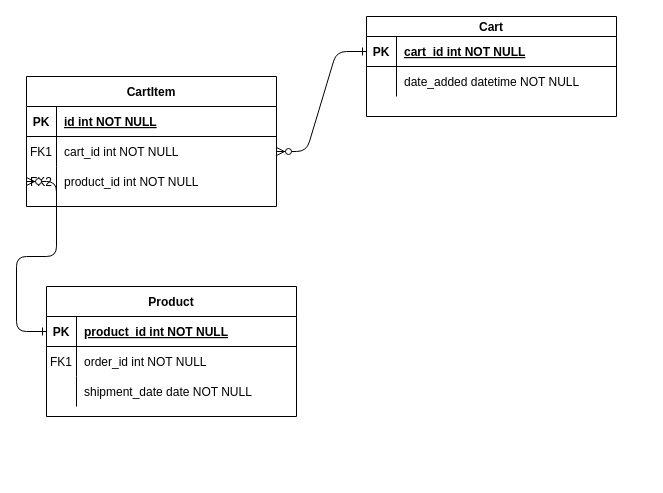
Before: Untitled Diagram.drawio in anhln/greatcart-django, a draw.io diagram. Source tidied: cells renumbered, new cells numbered last; positions are measured from the earlier drawing's top-left corner, leaving out a move shared by most shapes. Both pictures are drawn from the tidied source at 100%, with x=0, y=0 at pixel (26, 16).
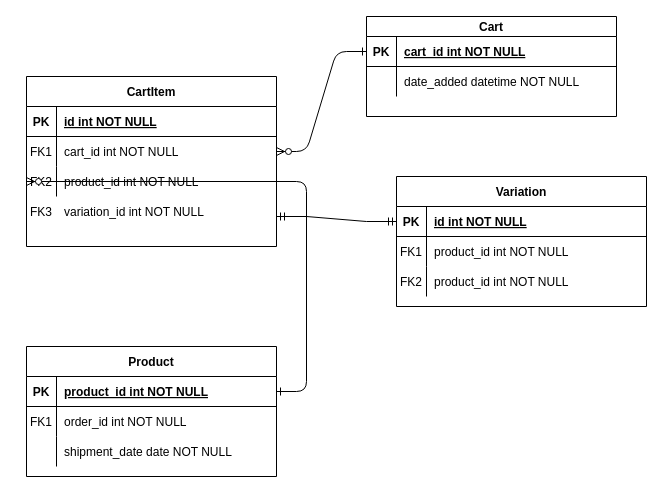
Above is the later version.

What changed in the source:
```diff
@@
     <mxCell id="3" value="CartItem" style="shape=table;startSize=30;childLayout=tableLayout;rowLines=0;fontStyle=1;align=center;" parent="1" vertex="1">
-      <mxGeometry y="60" width="250" height="130" as="geometry" />
+      <mxGeometry y="60" width="250" height="170" as="geometry" />
     </mxCell>
@@
     <mxCell id="13" value="Product" style="shape=table;startSize=30;childLayout=tableLayout;rowLines=0;fontStyle=1;align=center;" parent="1" vertex="1">
-      <mxGeometry x="20" y="270" width="250" height="130" as="geometry" />
+      <mxGeometry y="330" width="250" height="130" as="geometry" />
     </mxCell>
@@
+    <mxCell id="31" value="Variation" style="shape=table;startSize=30;childLayout=tableLayout;rowLines=0;fontStyle=1;align=center;" parent="1" vertex="1">
+      <mxGeometry x="370" y="160" width="250" height="130" as="geometry" />
+    </mxCell>
+    <mxCell id="32" style="shape=partialRectangle;fillColor=none;points=[[0,0.5],[1,0.5]];portConstraint=eastwest;top=0;left=0;right=0;bottom=1;" parent="31" vertex="1">
+      <mxGeometry y="30" width="250" height="30" as="geometry" />
+    </mxCell>
+    <mxCell id="33" value="PK" style="shape=partialRectangle;overflow=hidden;fillColor=none;top=0;left=0;bottom=0;right=0;fontStyle=1;" parent="32" vertex="1">
+      <mxGeometry width="30" height="30" as="geometry" />
+    </mxCell>
+    <mxCell id="34" value="id int NOT NULL " style="shape=partialRectangle;overflow=hidden;fillColor=none;top=0;left=0;bottom=0;right=0;align=left;spacingLeft=6;fontStyle=5;" parent="32" vertex="1">
+      <mxGeometry x="30" width="220" height="30" as="geometry" />
+    </mxCell>
+    <mxCell id="35" style="shape=partialRectangle;fillColor=none;top=0;left=0;right=0;bottom=0;" parent="31" vertex="1">
+      <mxGeometry y="60" width="250" height="30" as="geometry" />
+    </mxCell>
+    <mxCell id="36" value="FK1" style="shape=partialRectangle;overflow=hidden;fillColor=none;top=0;left=0;bottom=0;right=0;" parent="35" vertex="1">
+      <mxGeometry width="30" height="30" as="geometry" />
+    </mxCell>
+    <mxCell id="37" value="product_id int NOT NULL" style="shape=partialRectangle;overflow=hidden;fillColor=none;top=0;left=0;bottom=0;right=0;align=left;spacingLeft=6;" parent="35" vertex="1">
+      <mxGeometry x="30" width="220" height="30" as="geometry" />
+    </mxCell>
+    <mxCell id="38" style="shape=partialRectangle;fillColor=none;top=0;left=0;right=0;bottom=0;" parent="31" vertex="1">
+      <mxGeometry y="90" width="250" height="30" as="geometry" />
+    </mxCell>
+    <mxCell id="39" value="FK2" style="shape=partialRectangle;overflow=hidden;fillColor=none;top=0;left=0;bottom=0;right=0;" parent="38" vertex="1">
+      <mxGeometry width="30" height="30" as="geometry" />
+    </mxCell>
+    <mxCell id="40" value="product_id int NOT NULL" style="shape=partialRectangle;overflow=hidden;fillColor=none;top=0;left=0;bottom=0;right=0;align=left;spacingLeft=6;" parent="38" vertex="1">
+      <mxGeometry x="30" width="220" height="30" as="geometry" />
+    </mxCell>
+    <mxCell id="41" value="variation_id int NOT NULL" style="shape=partialRectangle;overflow=hidden;fillColor=none;top=0;left=0;bottom=0;right=0;align=left;spacingLeft=6;" parent="1" vertex="1">
+      <mxGeometry x="30" y="180" width="220" height="30" as="geometry" />
+    </mxCell>
+    <mxCell id="42" style="edgeStyle=entityRelationEdgeStyle;fontSize=12;html=1;endArrow=ERmandOne;startArrow=ERmandOne;rounded=0;entryX=0;entryY=0.5;entryDx=0;entryDy=0;" parent="1" edge="1" target="32">
+      <mxGeometry relative="1" as="geometry">
+        <mxPoint x="250" y="200" as="sourcePoint" />
+      </mxGeometry>
+    </mxCell>
+    <mxCell id="43" value="FK3" style="shape=partialRectangle;overflow=hidden;fillColor=none;top=0;left=0;bottom=0;right=0;" parent="1" vertex="1">
+      <mxGeometry y="180" width="30" height="30" as="geometry" />
+    </mxCell>
```
